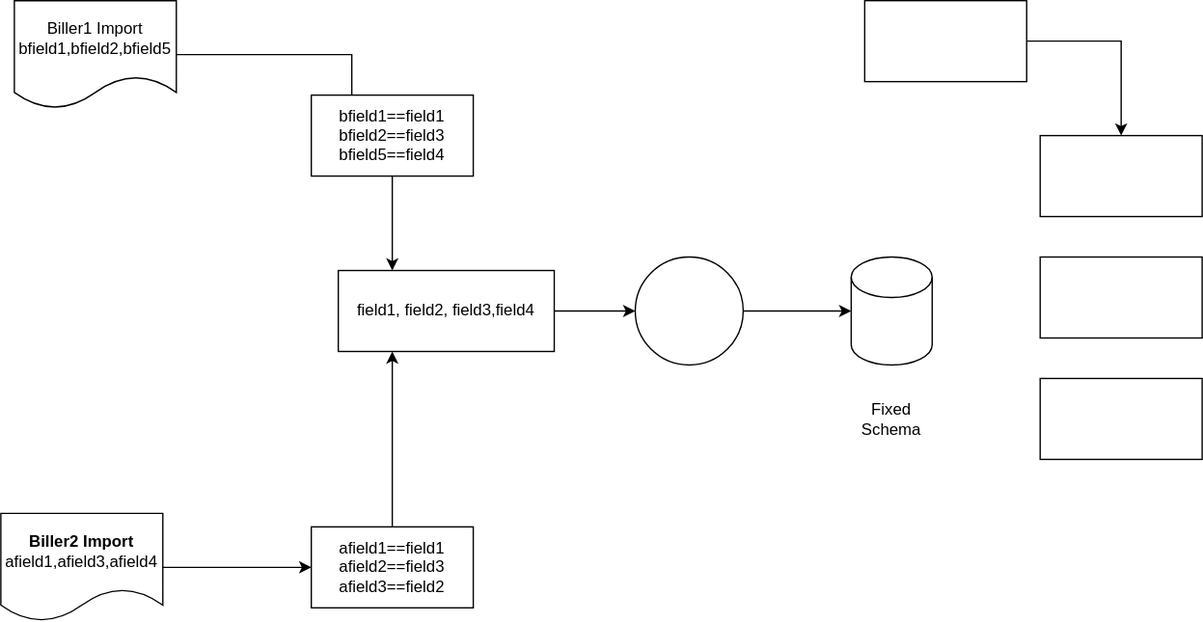
Above: bifimport.svg in vjavle/invoicecloud (draw.io), before the change. Source tidied: cells renumbered, new cells last; positions are measured from the earlier drawing's top-left corner, leaving out a move shared by most shapes.
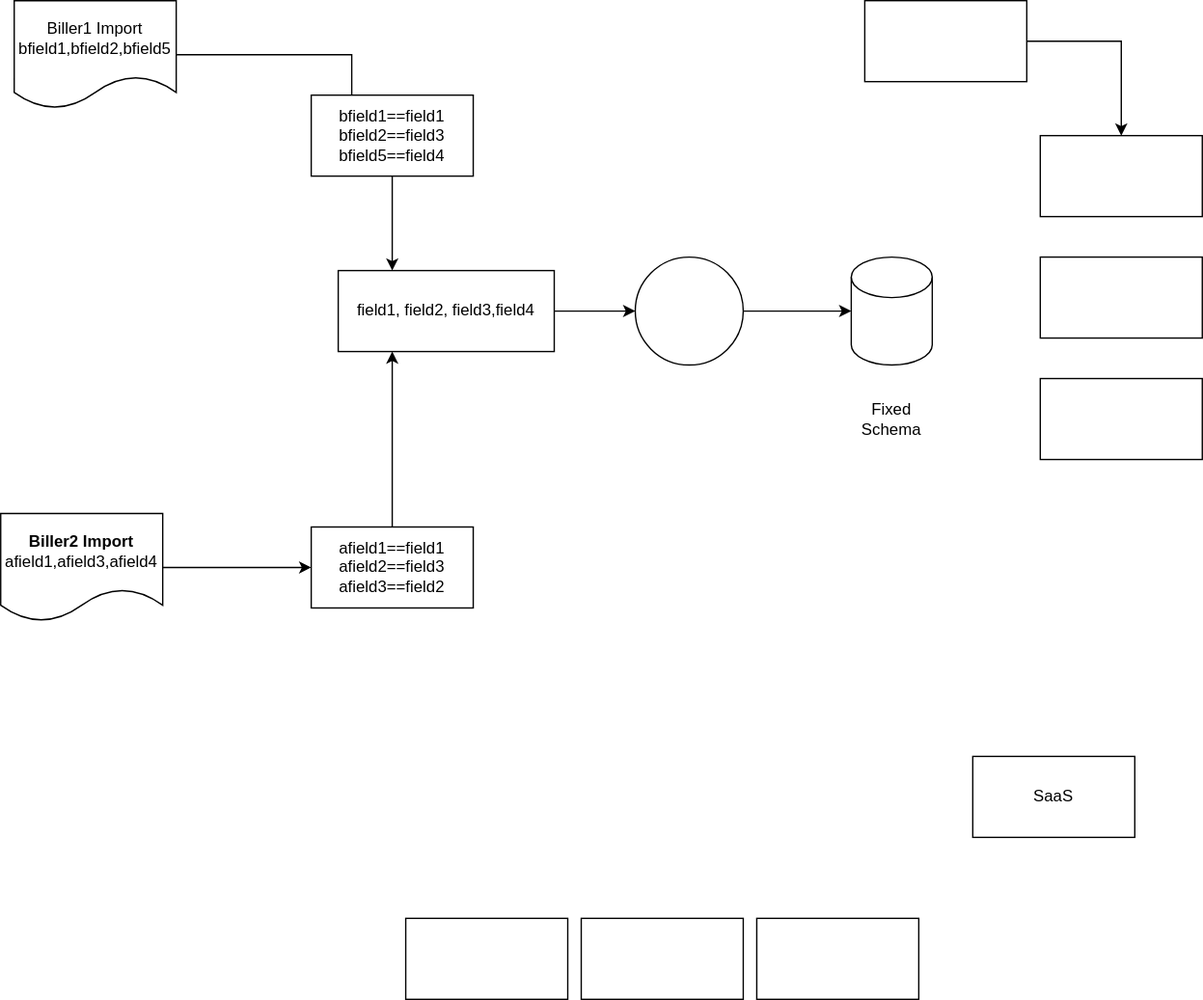
Later version of the same file.

Diff of the diagram source:
```diff
@@ -59,5 +59,17 @@
     <mxCell id="20" style="edgeStyle=orthogonalEdgeStyle;rounded=0;jettySize=auto;html=1;entryX=0.25;entryY=0;entryDx=0;entryDy=0;endArrow=none;" parent="1" edge="1" source="3" target="19">
       <mxGeometry relative="1" as="geometry" />
     </mxCell>
+    <mxCell id="21" style="rounded=0;whiteSpace=wrap;html=1;" parent="1" vertex="1">
+      <mxGeometry x="300" y="680" width="120" height="60" as="geometry" />
+    </mxCell>
+    <mxCell id="22" style="rounded=0;whiteSpace=wrap;html=1;" parent="1" vertex="1">
+      <mxGeometry x="430" y="680" width="120" height="60" as="geometry" />
+    </mxCell>
+    <mxCell id="23" style="rounded=0;whiteSpace=wrap;html=1;" parent="1" vertex="1">
+      <mxGeometry x="560" y="680" width="120" height="60" as="geometry" />
+    </mxCell>
+    <mxCell id="24" value="SaaS" style="rounded=0;whiteSpace=wrap;html=1;" parent="1" vertex="1">
+      <mxGeometry x="720" y="560" width="120" height="60" as="geometry" />
+    </mxCell>
   </root>
 </mxGraphModel>
```
